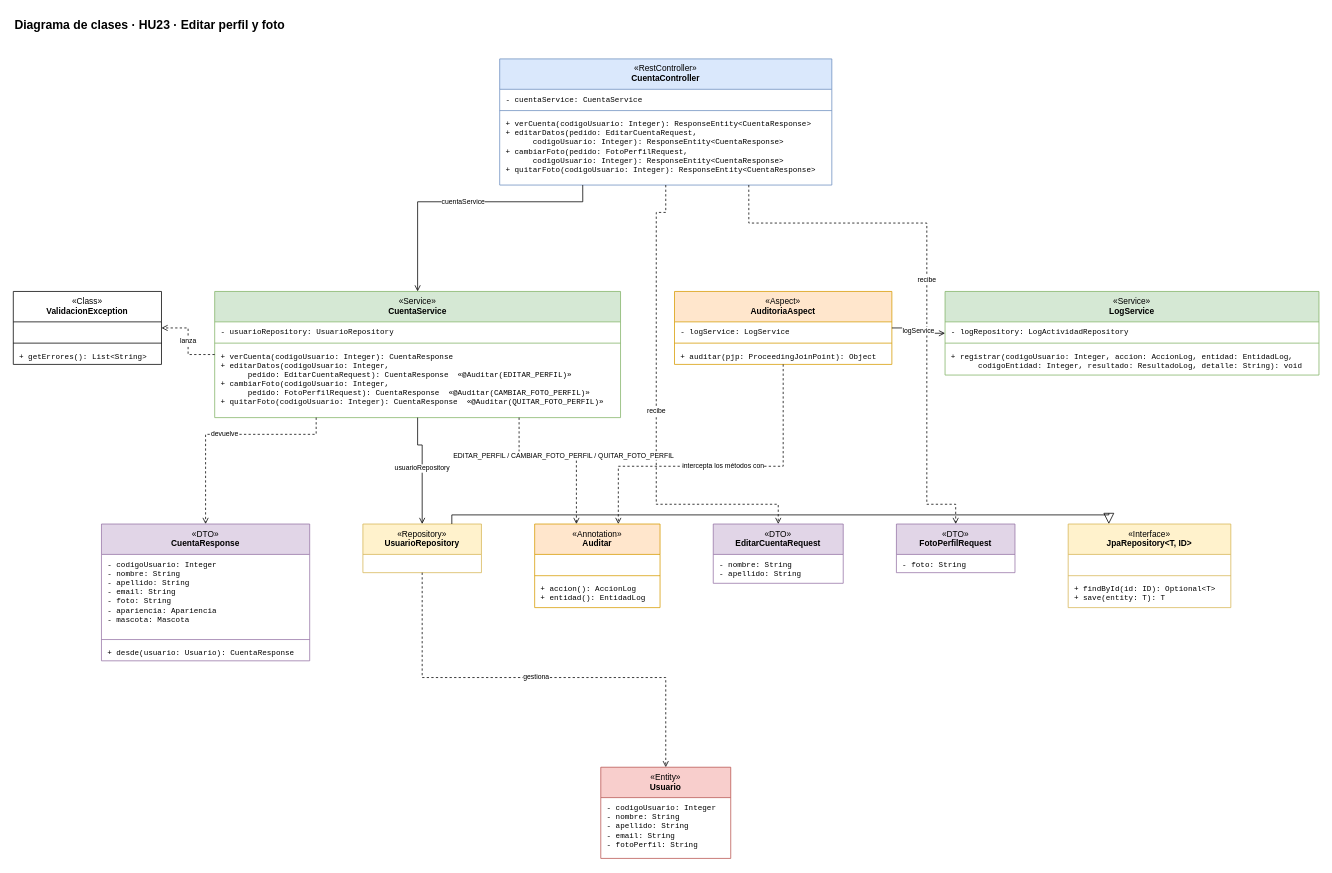
Earlier version of the draw.io diagram docs/Diagramas/Clases/HU23_clases.drawio (FelipeBeltranING/metamorfosis). Source tidied: cells renumbered, new cells numbered last; positions are measured from the earlier drawing's top-left corner, leaving out a move shared by most shapes. Both pictures are drawn from the tidied source at 76%, with x=0, y=0 at pixel (13, 13).
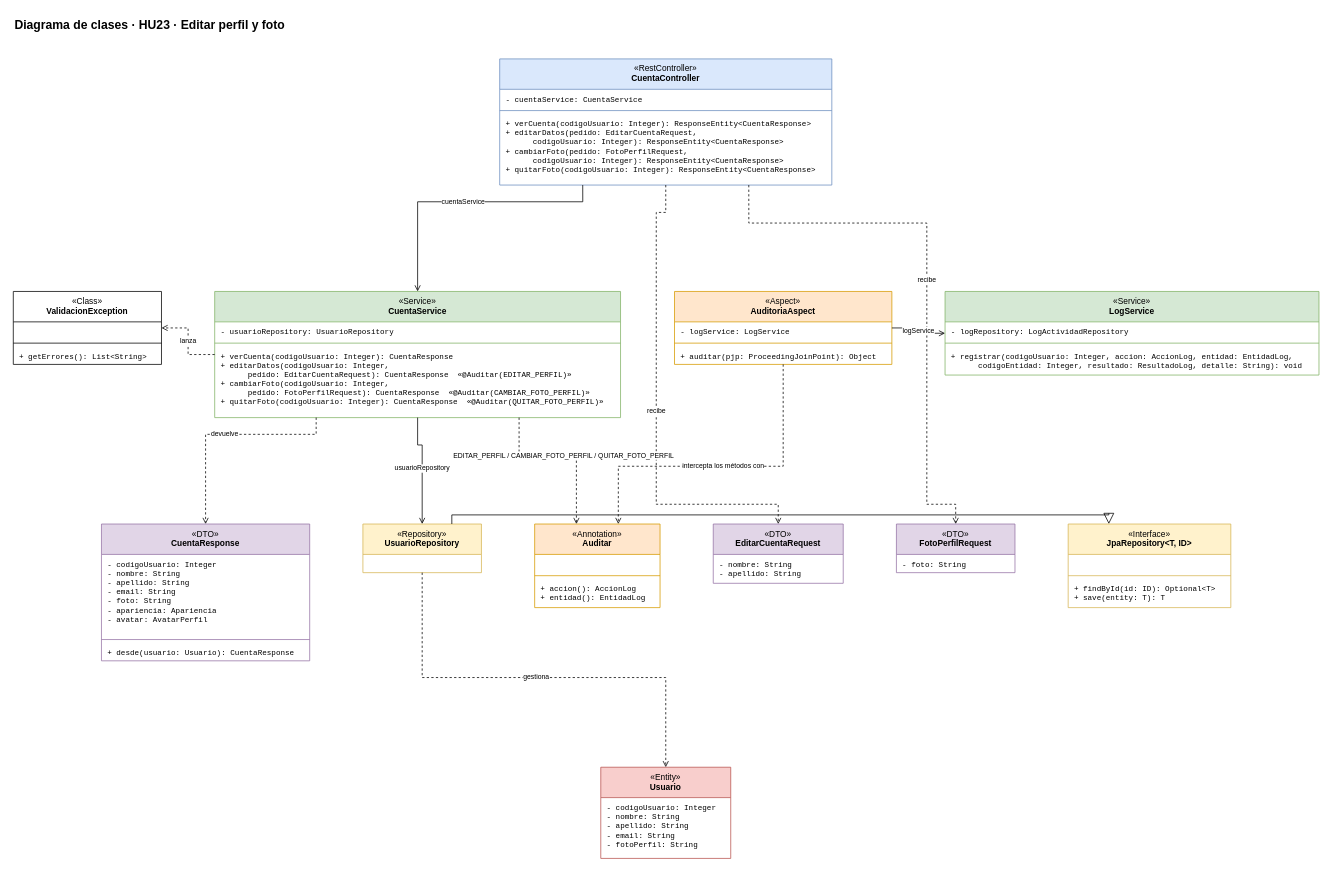
The same diagram, later.

Unchanged cells that the change refers to:
```xml
<mxCell id="23" value="«DTO»&lt;br&gt;&lt;b&gt;CuentaResponse&lt;/b&gt;" style="swimlane;fontStyle=0;align=center;verticalAlign=top;horizontal=1;startSize=40;html=1;whiteSpace=wrap;fillColor=#e1d5e7;strokeColor=#9673a6;fontSize=11;" parent="1" vertex="1">
  <mxGeometry x="116" y="672" width="274" height="180" as="geometry" />
</mxCell>
```

What changed in the source:
```diff
@@
-    <mxCell id="24" value="- codigoUsuario: Integer&lt;br&gt;- nombre: String&lt;br&gt;- apellido: String&lt;br&gt;- email: String&lt;br&gt;- foto: String&lt;br&gt;- apariencia: Apariencia&lt;br&gt;- mascota: Mascota" style="text;strokeColor=none;fillColor=none;align=left;verticalAlign=top;spacingLeft=6;spacingRight=4;spacingTop=2;overflow=hidden;html=1;whiteSpace=nowrap;fontSize=10;fontFamily=Courier New;" parent="23" vertex="1">
+    <mxCell id="24" value="- codigoUsuario: Integer&lt;br&gt;- nombre: String&lt;br&gt;- apellido: String&lt;br&gt;- email: String&lt;br&gt;- foto: String&lt;br&gt;- apariencia: Apariencia&lt;br&gt;- avatar: AvatarPerfil" style="text;strokeColor=none;fillColor=none;align=left;verticalAlign=top;spacingLeft=6;spacingRight=4;spacingTop=2;overflow=hidden;html=1;whiteSpace=nowrap;fontSize=10;fontFamily=Courier New;" parent="23" vertex="1">
       <mxGeometry y="40" width="274" height="108" as="geometry" />
     </mxCell>
```
